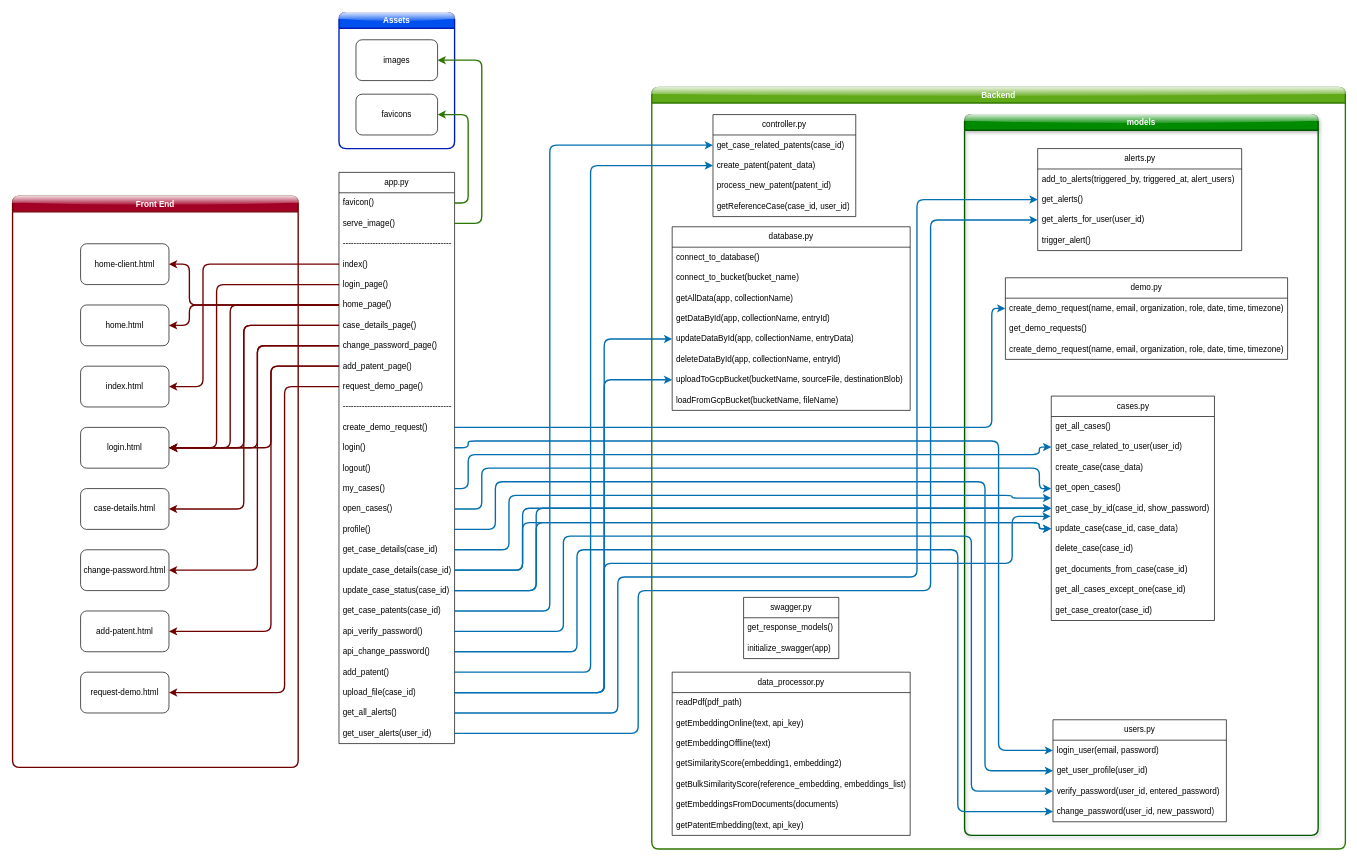
Above: Assets/Function Relations.drawio in punnoose-1620/patent-gap (draw.io), before the change. Source tidied: cells renumbered, new cells numbered last; positions are measured from the earlier drawing's top-left corner, leaving out a move shared by most shapes. Both pictures are drawn from the tidied source at 68%, with x=0, y=0 at pixel (12, 12).
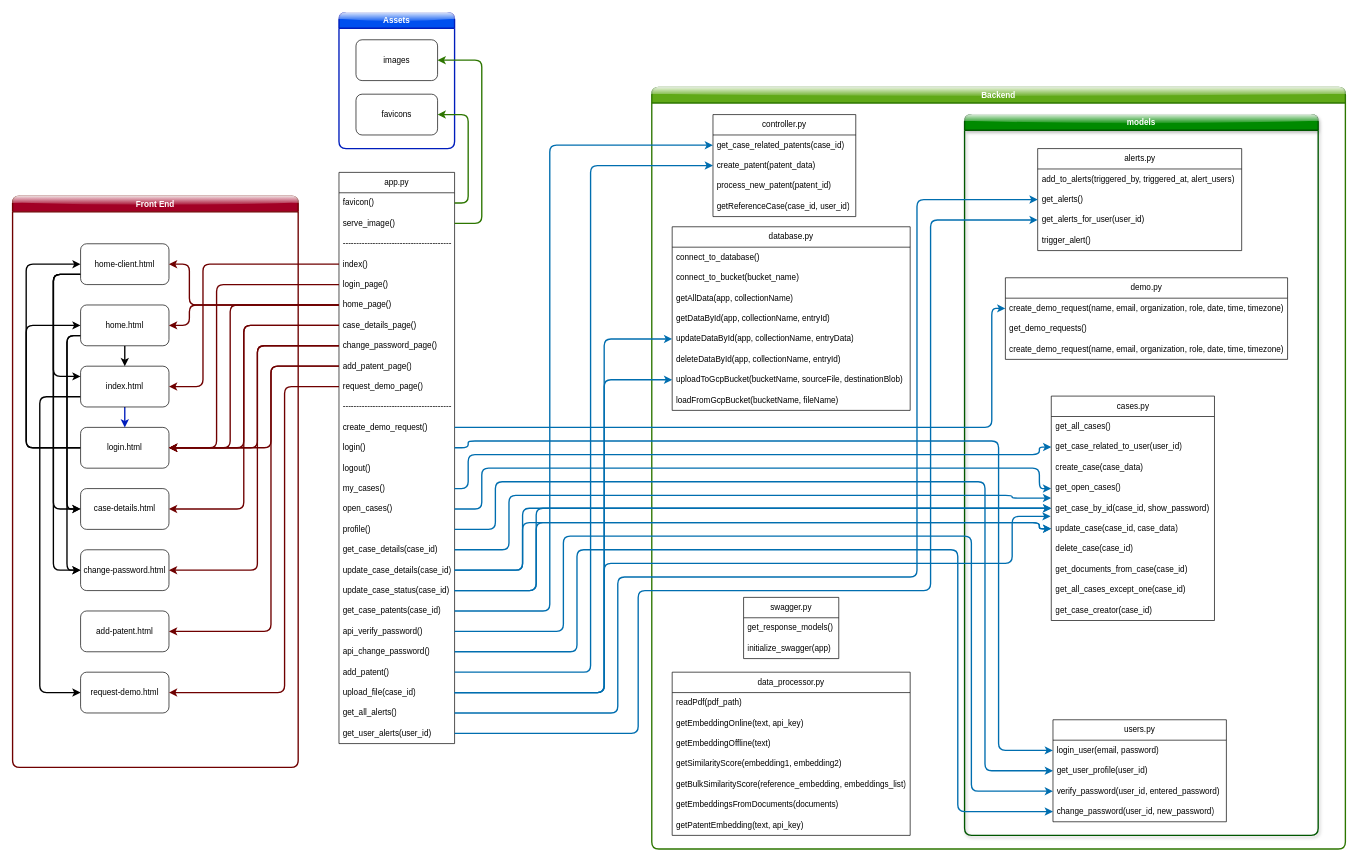
The same page after the edit.

Commit message:
Added Assets and front-end routes

Unchanged cells that the change refers to:
```xml
<mxCell id="102" value="case-details.html" style="rounded=1;whiteSpace=wrap;html=1;" parent="1" vertex="1">
  <mxGeometry x="100" y="700" width="130" height="60" as="geometry" />
</mxCell>
<mxCell id="103" value="change-password.html" style="rounded=1;whiteSpace=wrap;html=1;" parent="1" vertex="1">
  <mxGeometry x="100" y="790" width="130" height="60" as="geometry" />
</mxCell>
<mxCell id="104" value="login.html" style="rounded=1;whiteSpace=wrap;html=1;" parent="1" vertex="1">
  <mxGeometry x="100" y="610" width="130" height="60" as="geometry" />
</mxCell>
<mxCell id="105" value="index.html" style="rounded=1;whiteSpace=wrap;html=1;" parent="1" vertex="1">
  <mxGeometry x="100" y="520" width="130" height="60" as="geometry" />
</mxCell>
<mxCell id="106" value="home.html" style="rounded=1;whiteSpace=wrap;html=1;" parent="1" vertex="1">
  <mxGeometry x="100" y="430" width="130" height="60" as="geometry" />
</mxCell>
<mxCell id="107" value="home-client.html" style="rounded=1;whiteSpace=wrap;html=1;" parent="1" vertex="1">
  <mxGeometry x="100" y="340" width="130" height="60" as="geometry" />
</mxCell>
<mxCell id="108" value="request-demo.html" style="rounded=1;whiteSpace=wrap;html=1;" parent="1" vertex="1">
  <mxGeometry x="100" y="970" width="130" height="60" as="geometry" />
</mxCell>
```

Diff of the diagram source:
```diff
@@
+    <mxCell id="127" style="edgeStyle=orthogonalEdgeStyle;rounded=1;jettySize=auto;html=1;exitX=0;exitY=0.5;exitDx=0;exitDy=0;entryX=0;entryY=0.5;entryDx=0;entryDy=0;strokeColor=light-dark(#000000,#CC0000);curved=0;strokeWidth=2;" parent="1" edge="1" source="104" target="106">
+      <mxGeometry relative="1" as="geometry">
+        <Array as="points">
+          <mxPoint x="20" y="640" />
+          <mxPoint x="20" y="460" />
+        </Array>
+      </mxGeometry>
+    </mxCell>
+    <mxCell id="128" style="edgeStyle=orthogonalEdgeStyle;rounded=1;jettySize=auto;html=1;exitX=0;exitY=0.5;exitDx=0;exitDy=0;entryX=0;entryY=0.5;entryDx=0;entryDy=0;strokeColor=light-dark(#000000,#CC0000);curved=0;strokeWidth=2;" parent="1" edge="1" source="104" target="107">
+      <mxGeometry relative="1" as="geometry">
+        <Array as="points">
+          <mxPoint x="20" y="640" />
+          <mxPoint x="20" y="370" />
+        </Array>
+      </mxGeometry>
+    </mxCell>
@@
+    <mxCell id="129" style="edgeStyle=orthogonalEdgeStyle;rounded=1;jettySize=auto;html=1;exitX=0.5;exitY=1;exitDx=0;exitDy=0;entryX=0.5;entryY=0;entryDx=0;entryDy=0;fillColor=#0050ef;strokeColor=light-dark(#001DBC,#CC0000);curved=0;strokeWidth=2;" parent="1" edge="1" source="105" target="104">
+      <mxGeometry relative="1" as="geometry" />
+    </mxCell>
+    <mxCell id="130" style="edgeStyle=orthogonalEdgeStyle;rounded=1;jettySize=auto;html=1;exitX=0;exitY=0.75;exitDx=0;exitDy=0;entryX=0;entryY=0.5;entryDx=0;entryDy=0;strokeColor=light-dark(#000000,#CC0000);curved=0;strokeWidth=2;" parent="1" edge="1" source="105" target="108">
+      <mxGeometry relative="1" as="geometry">
+        <Array as="points">
+          <mxPoint x="40" y="565" />
+          <mxPoint x="40" y="1000" />
+        </Array>
+      </mxGeometry>
+    </mxCell>
@@
+    <mxCell id="131" style="edgeStyle=orthogonalEdgeStyle;rounded=1;jettySize=auto;html=1;exitX=0.5;exitY=1;exitDx=0;exitDy=0;entryX=0.5;entryY=0;entryDx=0;entryDy=0;curved=0;strokeWidth=2;strokeColor=light-dark(#000000,#CC0000);" parent="1" edge="1" source="106" target="105">
+      <mxGeometry relative="1" as="geometry" />
+    </mxCell>
+    <mxCell id="132" style="edgeStyle=orthogonalEdgeStyle;rounded=1;jettySize=auto;html=1;exitX=0;exitY=0.75;exitDx=0;exitDy=0;entryX=0;entryY=0.5;entryDx=0;entryDy=0;curved=0;strokeWidth=2;strokeColor=light-dark(#000000,#CC0000);" parent="1" edge="1" source="106" target="103">
+      <mxGeometry relative="1" as="geometry" />
+    </mxCell>
+    <mxCell id="133" style="edgeStyle=orthogonalEdgeStyle;rounded=1;jettySize=auto;html=1;exitX=0;exitY=0.75;exitDx=0;exitDy=0;entryX=0;entryY=0.5;entryDx=0;entryDy=0;strokeColor=light-dark(#000000,#CC0000);curved=0;strokeWidth=2;" parent="1" edge="1" source="106" target="102">
+      <mxGeometry relative="1" as="geometry" />
+    </mxCell>
@@
+    <mxCell id="134" style="edgeStyle=orthogonalEdgeStyle;rounded=1;jettySize=auto;html=1;exitX=0;exitY=0.75;exitDx=0;exitDy=0;entryX=0;entryY=0.25;entryDx=0;entryDy=0;strokeColor=light-dark(#000000,#CC0000);curved=0;strokeWidth=2;" parent="1" edge="1" source="107" target="105">
+      <mxGeometry relative="1" as="geometry">
+        <Array as="points">
+          <mxPoint x="60" y="385" />
+          <mxPoint x="60" y="535" />
+        </Array>
+      </mxGeometry>
+    </mxCell>
+    <mxCell id="135" style="edgeStyle=orthogonalEdgeStyle;rounded=1;jettySize=auto;html=1;exitX=0;exitY=0.75;exitDx=0;exitDy=0;entryX=0;entryY=0.5;entryDx=0;entryDy=0;curved=0;strokeWidth=2;strokeColor=light-dark(#000000,#CC0000);" parent="1" edge="1" source="107" target="103">
+      <mxGeometry relative="1" as="geometry">
+        <Array as="points">
+          <mxPoint x="60" y="385" />
+          <mxPoint x="60" y="820" />
+        </Array>
+      </mxGeometry>
+    </mxCell>
+    <mxCell id="136" style="edgeStyle=orthogonalEdgeStyle;rounded=1;jettySize=auto;html=1;exitX=0;exitY=0.75;exitDx=0;exitDy=0;entryX=0;entryY=0.5;entryDx=0;entryDy=0;strokeColor=light-dark(#000000,#CC0000);curved=0;strokeWidth=2;" parent="1" edge="1" source="107" target="102">
+      <mxGeometry relative="1" as="geometry">
+        <Array as="points">
+          <mxPoint x="60" y="385" />
+          <mxPoint x="60" y="730" />
+        </Array>
+      </mxGeometry>
+    </mxCell>
```
